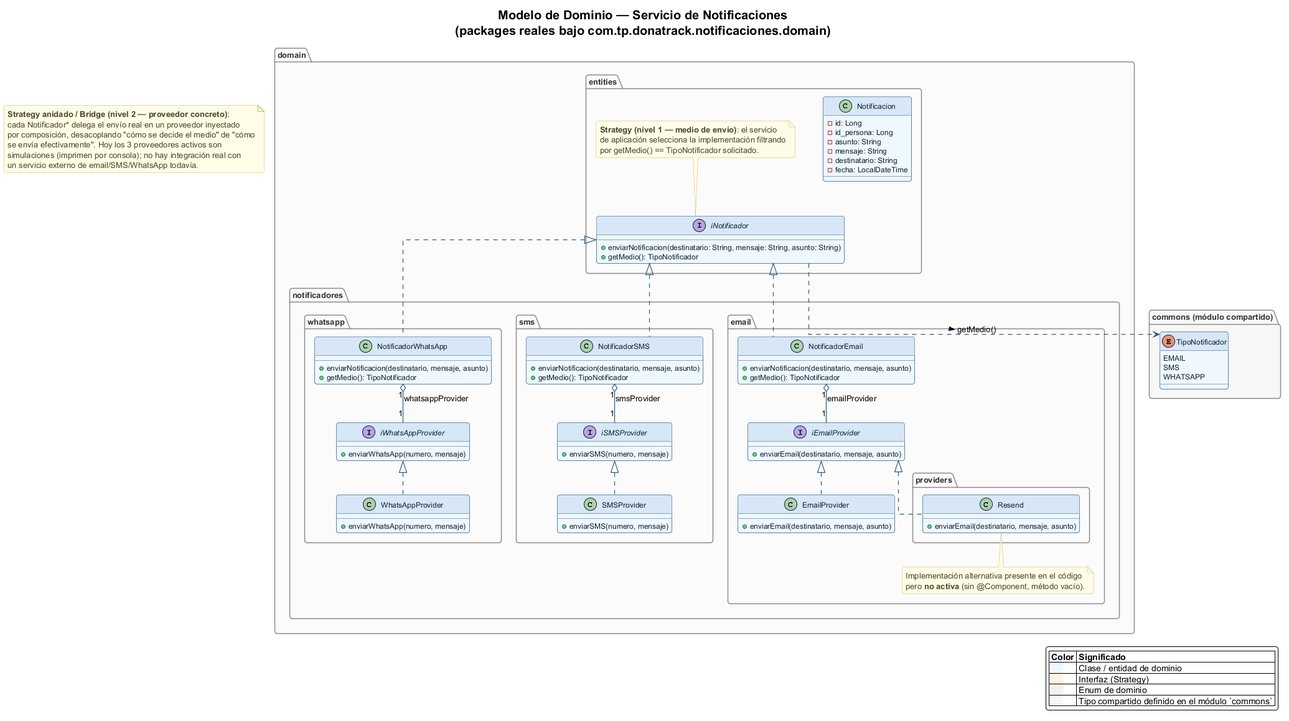
Earlier version of the PlantUML export docs/uml/domain/notificaciones.png (aholman-utn/donatrack).
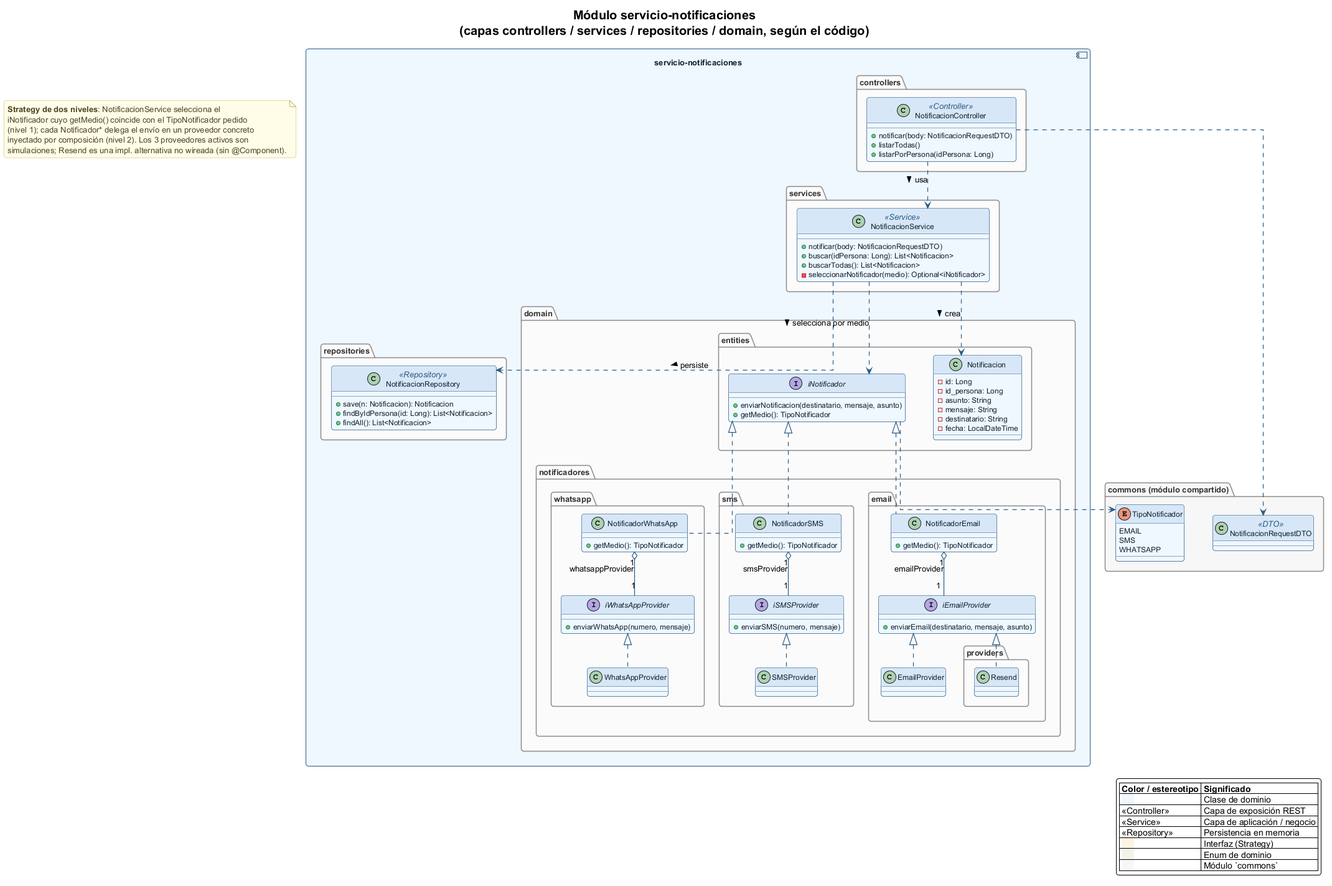
Above is the later version.

Commit message:
Se definio una estructura embebida modular la cual contenga las distintas capas dentro de packages y como estas se interconectan con el fin de presentar los componentes internos del proyecto

The edit, as a diff of the source:
```diff
@@ -1,83 +1,84 @@
 @startuml notificaciones
 !include ../_style.puml
 
-title Modelo de Dominio — Servicio de Notificaciones\n(packages reales bajo com.tp.donatrack.notificaciones.domain)
+title Módulo servicio-notificaciones\n(capas controllers / services / repositories / domain, según el código)
 
-package "domain.entities" {
-    class Notificacion {
-        -id: Long
-        -id_persona: Long
-        -asunto: String
-        -mensaje: String
-        -destinatario: String
-        -fecha: LocalDateTime
-    }
+skinparam componentStyle uml2
 
-    interface iNotificador {
-        +enviarNotificacion(destinatario: String, mensaje: String, asunto: String)
-        +getMedio(): TipoNotificador
-    }
+component "servicio-notificaciones" as Modulo {
 
-    note top of iNotificador
-        **Strategy (nivel 1 — medio de envío)**: el servicio
-        de aplicación selecciona la implementación filtrando
-        por getMedio() == TipoNotificador solicitado.
-    end note
-}
-
-package "domain.notificadores.email" {
-    interface iEmailProvider {
-        +enviarEmail(destinatario, mensaje, asunto)
-    }
-
-    class NotificadorEmail {
-        +enviarNotificacion(destinatario, mensaje, asunto)
-        +getMedio(): TipoNotificador
-    }
-
-    class EmailProvider {
-        +enviarEmail(destinatario, mensaje, asunto)
-    }
-
-    package "providers" {
-        class Resend {
-            +enviarEmail(destinatario, mensaje, asunto)
+    package "controllers" {
+        class NotificacionController <<Controller>> {
+            +notificar(body: NotificacionRequestDTO)
+            +listarTodas()
+            +listarPorPersona(idPersona: Long)
         }
     }
 
-    note bottom of Resend
-        Implementación alternativa presente en el código
-        pero **no activa** (sin @Component, método vacío).
-    end note
-}
-
-package "domain.notificadores.sms" {
-    interface iSMSProvider {
-        +enviarSMS(numero, mensaje)
+    package "services" {
+        class NotificacionService <<Service>> {
+            +notificar(body: NotificacionRequestDTO)
+            +buscar(idPersona: Long): List<Notificacion>
+            +buscarTodas(): List<Notificacion>
+            -seleccionarNotificador(medio): Optional<iNotificador>
+        }
     }
 
-    class NotificadorSMS {
-        +enviarNotificacion(destinatario, mensaje, asunto)
-        +getMedio(): TipoNotificador
+    package "repositories" {
+        class NotificacionRepository <<Repository>> {
+            +save(n: Notificacion): Notificacion
+            +findByIdPersona(id: Long): List<Notificacion>
+            +findAll(): List<Notificacion>
+        }
     }
 
-    class SMSProvider {
-        +enviarSMS(numero, mensaje)
-    }
-}
+    package "domain.entities" {
+        class Notificacion {
+            -id: Long
+            -id_persona: Long
+            -asunto: String
+            -mensaje: String
+            -destinatario: String
+            -fecha: LocalDateTime
+        }
 
-package "domain.notificadores.whatsapp" {
-    interface iWhatsAppProvider {
-        +enviarWhatsApp(numero, mensaje)
+        interface iNotificador {
+            +enviarNotificacion(destinatario, mensaje, asunto)
+            +getMedio(): TipoNotificador
+        }
     }
 
-    class NotificadorWhatsApp {
-        +enviarNotificacion(destinatario, mensaje, asunto)
-        +getMedio(): TipoNotificador
+    package "domain.notificadores.email" {
+        interface iEmailProvider {
+            +enviarEmail(destinatario, mensaje, asunto)
+        }
+        class NotificadorEmail {
+            +getMedio(): TipoNotificador
+        }
+        class EmailProvider
+        package "providers" {
+            class Resend
+        }
     }
 
-    class WhatsAppProvider {
-        +enviarWhatsApp(numero, mensaje)
+    package "domain.notificadores.sms" {
+        interface iSMSProvider {
+            +enviarSMS(numero, mensaje)
+        }
+        class NotificadorSMS {
+            +getMedio(): TipoNotificador
+        }
+        class SMSProvider
+    }
+
+    package "domain.notificadores.whatsapp" {
+        interface iWhatsAppProvider {
+            +enviarWhatsApp(numero, mensaje)
+        }
+        class NotificadorWhatsApp {
+            +getMedio(): TipoNotificador
+        }
+        class WhatsAppProvider
     }
 }
 
@@ -87,38 +88,44 @@
         SMS
         WHATSAPP
     }
+    class NotificacionRequestDTO <<DTO>>
 }
+
+NotificacionController ..> NotificacionService : usa >
+NotificacionService ..> NotificacionRepository : persiste >
+NotificacionService ..> iNotificador : selecciona por medio >
+NotificacionController ..> NotificacionRequestDTO
+NotificacionService ..> Notificacion : crea >
 
 iNotificador <|.. NotificadorEmail
 iNotificador <|.. NotificadorSMS
 iNotificador <|.. NotificadorWhatsApp
-
 iEmailProvider <|.. EmailProvider
 iEmailProvider <|.. Resend
 iSMSProvider <|.. SMSProvider
 iWhatsAppProvider <|.. WhatsAppProvider
-
 NotificadorEmail "1" o-- "1" iEmailProvider : emailProvider
 NotificadorSMS "1" o-- "1" iSMSProvider : smsProvider
 NotificadorWhatsApp "1" o-- "1" iWhatsAppProvider : whatsappProvider
-
-iNotificador ..> TipoNotificador : getMedio() >
+iNotificador ..> TipoNotificador
 
 note as N1
-    **Strategy anidado / Bridge (nivel 2 — proveedor concreto)**:
-    cada Notificador* delega el envío real en un proveedor inyectado
-    por composición, desacoplando "cómo se decide el medio" de "cómo
-    se envía efectivamente". Hoy los 3 proveedores activos son
-    simulaciones (imprimen por consola); no hay integración real con
-    un servicio externo de email/SMS/WhatsApp todavía.
+    **Strategy de dos niveles**: NotificacionService selecciona el
+    iNotificador cuyo getMedio() coincide con el TipoNotificador pedido
+    (nivel 1); cada Notificador* delega el envío en un proveedor concreto
+    inyectado por composición (nivel 2). Los 3 proveedores activos son
+    simulaciones; Resend es una impl. alternativa no wireada (sin @Component).
 end note
 
 legend right
-    |= Color |= Significado |
-    | <back:#EFF6FF>     </back> | Clase / entidad de dominio |
+    |= Color / estereotipo |= Significado |
+    | <back:#EFF6FF>     </back> | Clase de dominio |
+    | <<Controller>> | Capa de exposición REST |
+    | <<Service>> | Capa de aplicación / negocio |
+    | <<Repository>> | Persistencia en memoria |
     | <back:#FFF3E0>     </back> | Interfaz (Strategy) |
     | <back:#F1F4E8>     </back> | Enum de dominio |
-    | <back:#F7F7F7>     </back> | Tipo compartido definido en el módulo `commons` |
+    | <back:#F7F7F7>     </back> | Módulo `commons` |
 endlegend
 
 @enduml
```
